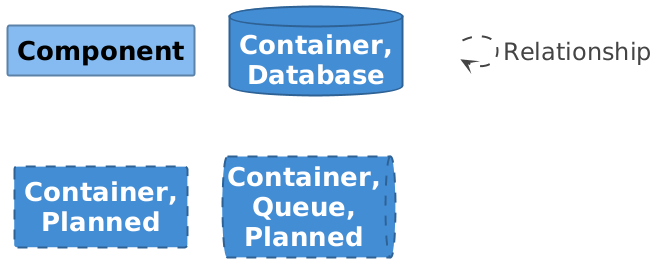
Earlier version of the PlantUML export documentation/c4/images/structurizr-PlanningCoreComponents-key.png (raphaelkwek/event-planning-and-venue-booking-system).
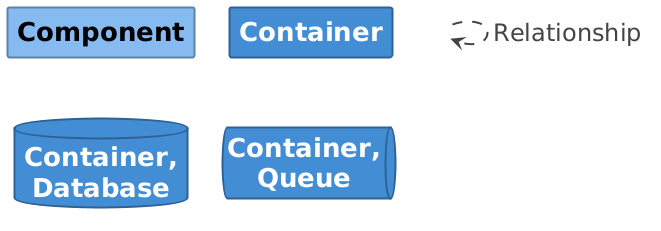
After the commit.

Diff of the diagram source:
```diff
@@ -20,6 +20,18 @@
     Shadowing: 0;
     MaximumWidth: 200;
   }
+  // Element,Container
+  .Element-RWxlbWVudCxDb250YWluZXI= {
+    BackgroundColor: #438dd5;
+    LineColor: #2e6295;
+    LineStyle: 0;
+    LineThickness: 2;
+    FontColor: #ffffff;
+    FontSize: 24;
+    HorizontalAlignment: center;
+    Shadowing: 0;
+    MaximumWidth: 200;
+  }
   // Element,Container,Database
   .Element-RWxlbWVudCxDb250YWluZXIsRGF0YWJhc2U= {
     BackgroundColor: #438dd5;
@@ -32,23 +44,11 @@
     Shadowing: 0;
     MaximumWidth: 200;
   }
-  // Element,Container,Planned
-  .Element-RWxlbWVudCxDb250YWluZXIsUGxhbm5lZA== {
+  // Element,Container,Queue
+  .Element-RWxlbWVudCxDb250YWluZXIsUXVldWU= {
     BackgroundColor: #438dd5;
     LineColor: #2e6295;
-    LineStyle: 10-10;
-    LineThickness: 2;
-    FontColor: #ffffff;
-    FontSize: 24;
-    HorizontalAlignment: center;
-    Shadowing: 0;
-    MaximumWidth: 200;
-  }
-  // Element,Container,Queue,Planned
-  .Element-RWxlbWVudCxDb250YWluZXIsUXVldWUsUGxhbm5lZA== {
-    BackgroundColor: #438dd5;
-    LineColor: #2e6295;
-    LineStyle: 10-10;
+    LineStyle: 0;
     LineThickness: 2;
     FontColor: #ffffff;
     FontSize: 24;
@@ -97,11 +97,11 @@
 
 rectangle "==Component" <<Element-RWxlbWVudCxDb21wb25lbnQ=>>
 
+rectangle "==Container" <<Element-RWxlbWVudCxDb250YWluZXI=>>
+
 database "==Container, Database" <<Element-RWxlbWVudCxDb250YWluZXIsRGF0YWJhc2U=>>
 
-rectangle "==Container, Planned" <<Element-RWxlbWVudCxDb250YWluZXIsUGxhbm5lZA==>>
-
-queue "==Container, Queue, Planned" <<Element-RWxlbWVudCxDb250YWluZXIsUXVldWUsUGxhbm5lZA==>>
+queue "==Container, Queue" <<Element-RWxlbWVudCxDb250YWluZXIsUXVldWU=>>
 
 rectangle "." <<.Element-Transparent>> as 1
 1 --> 1 <<Relationship-UmVsYXRpb25zaGlw>> : "Relationship"
```
